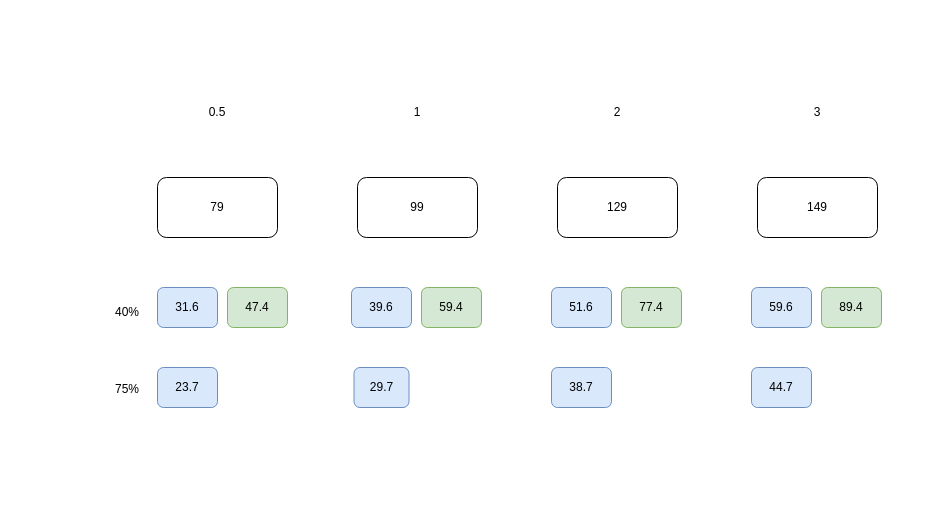
The draw.io diagram 分销.drawio in eightfeet/mind, before the edit. Source tidied: cells renumbered, new cells numbered last; positions are measured from the earlier drawing's top-left corner, leaving out a move shared by most shapes. Both pictures are drawn from the tidied source at 100%, with x=0, y=0 at pixel (97, 97).
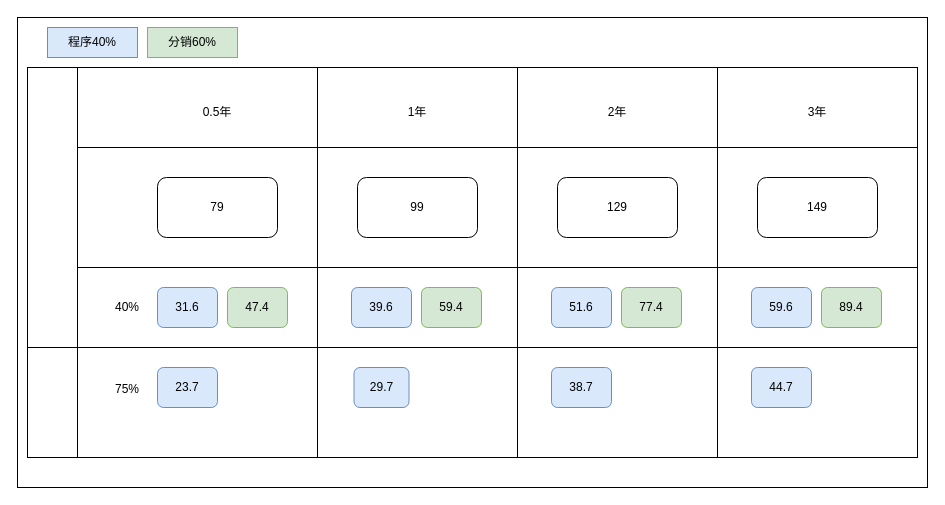
After the change.

What changed in the source:
```diff
@@
+    <mxCell id="24" style="rounded=0;whiteSpace=wrap;html=1;" parent="1" vertex="1">
+      <mxGeometry x="-80" y="-80" width="910" height="470" as="geometry" />
+    </mxCell>
+    <mxCell id="25" style="rounded=0;whiteSpace=wrap;html=1;" parent="1" vertex="1">
+      <mxGeometry x="-70" y="-30" width="890" height="390" as="geometry" />
+    </mxCell>
+    <mxCell id="26" style="endArrow=none;html=1;" parent="25" edge="1">
+      <mxGeometry relative="1" as="geometry">
+        <mxPoint y="200" as="sourcePoint" />
+        <mxPoint x="890" y="200" as="targetPoint" />
+      </mxGeometry>
+    </mxCell>
+    <mxCell id="27" style="endArrow=none;html=1;" parent="25" edge="1">
+      <mxGeometry relative="1" as="geometry">
+        <mxPoint y="80" as="sourcePoint" />
+        <mxPoint x="890" y="80" as="targetPoint" />
+      </mxGeometry>
+    </mxCell>
+    <mxCell id="28" style="endArrow=none;html=1;" parent="25" edge="1">
+      <mxGeometry relative="1" as="geometry">
+        <mxPoint x="290" as="sourcePoint" />
+        <mxPoint x="290" y="390" as="targetPoint" />
+      </mxGeometry>
+    </mxCell>
+    <mxCell id="29" style="endArrow=none;html=1;" parent="25" edge="1">
+      <mxGeometry relative="1" as="geometry">
+        <mxPoint x="490" as="sourcePoint" />
+        <mxPoint x="490" y="390" as="targetPoint" />
+      </mxGeometry>
+    </mxCell>
+    <mxCell id="30" style="endArrow=none;html=1;" parent="25" edge="1">
+      <mxGeometry relative="1" as="geometry">
+        <mxPoint x="690" as="sourcePoint" />
+        <mxPoint x="690" y="390" as="targetPoint" />
+      </mxGeometry>
+    </mxCell>
@@
-    <mxCell id="6" value="0.5" style="text;html=1;strokeColor=none;fillColor=none;align=center;verticalAlign=middle;whiteSpace=wrap;rounded=0;" parent="1" vertex="1">
+    <mxCell id="6" value="0.5年" style="text;html=1;strokeColor=none;fillColor=none;align=center;verticalAlign=middle;whiteSpace=wrap;rounded=0;" parent="1" vertex="1">
       <mxGeometry x="90" width="60" height="30" as="geometry" />
     </mxCell>
-    <mxCell id="7" value="1" style="text;html=1;strokeColor=none;fillColor=none;align=center;verticalAlign=middle;whiteSpace=wrap;rounded=0;" parent="1" vertex="1">
+    <mxCell id="7" value="1年" style="text;html=1;strokeColor=none;fillColor=none;align=center;verticalAlign=middle;whiteSpace=wrap;rounded=0;" parent="1" vertex="1">
       <mxGeometry x="290" width="60" height="30" as="geometry" />
     </mxCell>
-    <mxCell id="8" value="2" style="text;html=1;strokeColor=none;fillColor=none;align=center;verticalAlign=middle;whiteSpace=wrap;rounded=0;" parent="1" vertex="1">
+    <mxCell id="8" value="2年" style="text;html=1;strokeColor=none;fillColor=none;align=center;verticalAlign=middle;whiteSpace=wrap;rounded=0;" parent="1" vertex="1">
       <mxGeometry x="490" width="60" height="30" as="geometry" />
     </mxCell>
-    <mxCell id="9" value="3" style="text;html=1;strokeColor=none;fillColor=none;align=center;verticalAlign=middle;whiteSpace=wrap;rounded=0;" parent="1" vertex="1">
+    <mxCell id="9" value="3年" style="text;html=1;strokeColor=none;fillColor=none;align=center;verticalAlign=middle;whiteSpace=wrap;rounded=0;" parent="1" vertex="1">
       <mxGeometry x="690" width="60" height="30" as="geometry" />
     </mxCell>
@@
     <mxCell id="14" value="40%" style="text;html=1;strokeColor=none;fillColor=none;align=center;verticalAlign=middle;whiteSpace=wrap;rounded=0;" parent="1" vertex="1">
-      <mxGeometry y="200" width="60" height="30" as="geometry" />
+      <mxGeometry y="195" width="60" height="30" as="geometry" />
     </mxCell>
@@
+    <mxCell id="31" value="分销60%" style="rounded=0;whiteSpace=wrap;html=1;fillColor=#d5e8d4;strokeColor=#82b366;" parent="1" vertex="1">
+      <mxGeometry x="50" y="-70" width="90" height="30" as="geometry" />
+    </mxCell>
+    <mxCell id="32" value="程序40%" style="rounded=0;whiteSpace=wrap;html=1;fillColor=#dae8fc;strokeColor=#6c8ebf;" parent="1" vertex="1">
+      <mxGeometry x="-50" y="-70" width="90" height="30" as="geometry" />
+    </mxCell>
+    <mxCell id="33" style="rounded=0;whiteSpace=wrap;html=1;" parent="1" vertex="1">
+      <mxGeometry x="-70" y="-30" width="50" height="390" as="geometry" />
+    </mxCell>
+    <mxCell id="34" style="endArrow=none;html=1;" parent="1" edge="1">
+      <mxGeometry relative="1" as="geometry">
+        <mxPoint x="-70" y="250" as="sourcePoint" />
+        <mxPoint x="820" y="250" as="targetPoint" />
+      </mxGeometry>
+    </mxCell>
```
